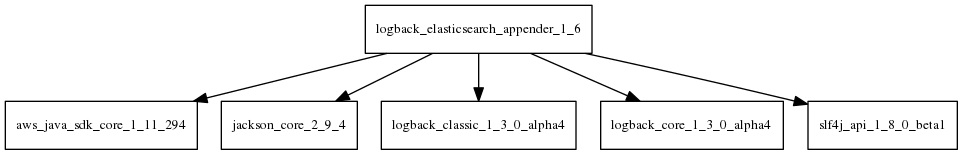
Before: tattleTaleReport/graphviz/logback-elasticsearch-appender-1.6.jar/logback-elasticsearch-appender-1.6.jar.png, a diagram exported from Graphviz (sjvs/cia). Its source is kept beside it as tattleTaleReport/graphviz/logback-elasticsearch-appender-1.6.jar/logback-elasticsearch-appender-1.6.jar.dot.
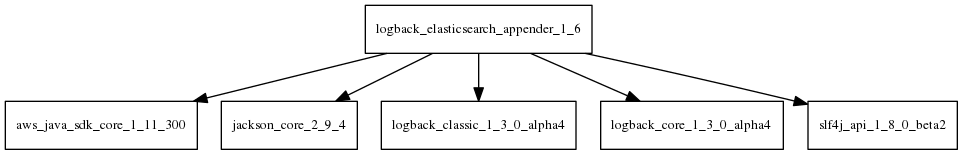
After the change.

Diff of the diagram source:
```diff
@@ -1,8 +1,8 @@
 digraph logback_elasticsearch_appender_1_6_dependencies {
   node [shape = box, fontsize=10.0];
-  logback_elasticsearch_appender_1_6 -> aws_java_sdk_core_1_11_294;
+  logback_elasticsearch_appender_1_6 -> aws_java_sdk_core_1_11_300;
   logback_elasticsearch_appender_1_6 -> jackson_core_2_9_4;
   logback_elasticsearch_appender_1_6 -> logback_classic_1_3_0_alpha4;
   logback_elasticsearch_appender_1_6 -> logback_core_1_3_0_alpha4;
-  logback_elasticsearch_appender_1_6 -> slf4j_api_1_8_0_beta1;
+  logback_elasticsearch_appender_1_6 -> slf4j_api_1_8_0_beta2;
 }
```
